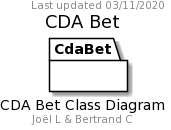
Before: docs/diagrams/export/CDA Bet Class Diagram.png, a diagram exported from PlantUML (OFP-CDA-Mulhouse-2020/parisportif1). Its diagram source:
```plantuml
@startuml
hide empty members
caption CDA Bet Class Diagram
footer Joël L & Bertrand C
header Last updated 03/11/2020
title CDA Bet

namespace CdaBet {
}
@enduml
```
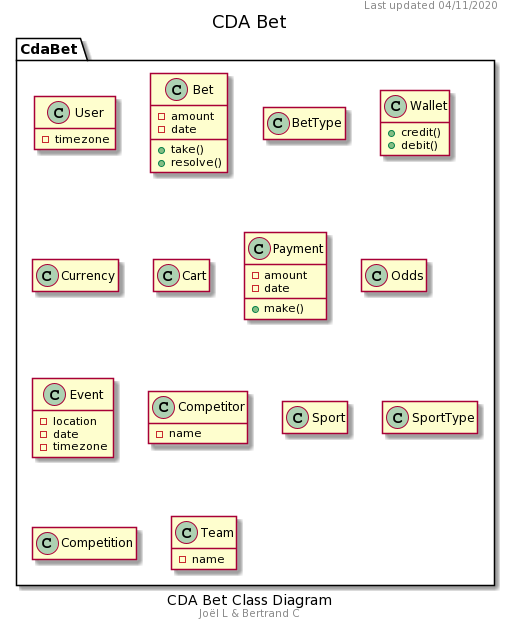
The same file after the commit.

Change to the diagram source:
```diff
@@ -2,9 +2,66 @@
 hide empty members
 caption CDA Bet Class Diagram
 footer Joël L & Bertrand C
-header Last updated 03/11/2020
+header Last updated 04/11/2020
 title CDA Bet
 
 namespace CdaBet {
+    class User {
+        -timezone
+    }
+
+    class Bet {
+        -amount
+        -date
+        +take()
+        +resolve()
+    }
+
+    class BetType {
+
+    }
+
+    class Wallet {
+        +credit()
+        +debit()
+    }
+
+    class Currency {
+    }
+
+    class Cart {
+    }
+
+    class Payment {
+        -amount
+        -date
+        +make()
+    }
+
+    class Odds {
+    }
+
+    class Event {
+        -location
+        -date
+        -timezone
+    }
+
+    class Competitor {
+        -name
+    }
+
+    class Sport {
+    }
+
+    class SportType {
+    }
+
+    class Competition {
+    }
+
+    class Team {
+        -name
+    }
 }
 @enduml
```
